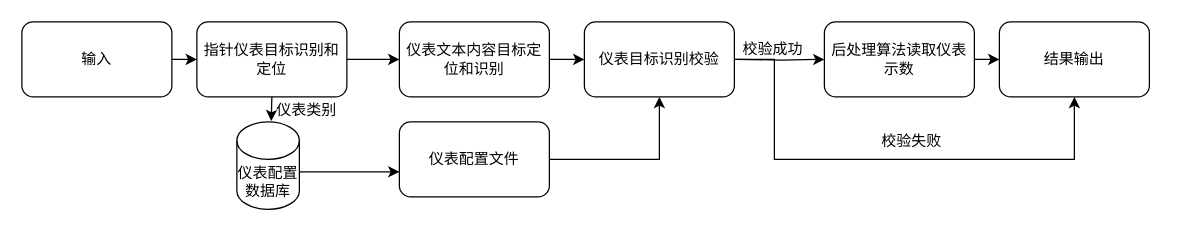
Before: pointer_read.drawio in paleblackless/diagrams, a draw.io diagram. Source tidied: cells renumbered, new cells numbered last; positions are measured from the earlier drawing's top-left corner, leaving out a move shared by most shapes. Both pictures are drawn from the tidied source at 125%, with x=0, y=0 at pixel (21, 21).
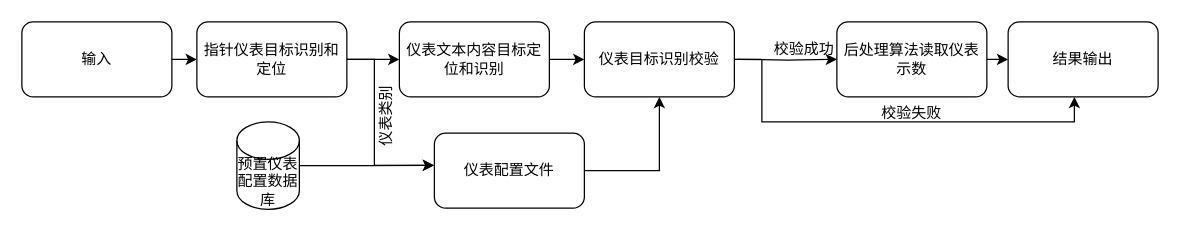
Above is the later version.

Unchanged cells that the change refers to:
```xml
<mxCell id="6" value="指针仪表目标识别和定位" style="rounded=1;whiteSpace=wrap;html=1;" parent="1" vertex="1">
  <mxGeometry x="140" width="120" height="60" as="geometry" />
</mxCell>
<mxCell id="8" value="仪表文本内容目标定位和识别" style="rounded=1;whiteSpace=wrap;html=1;" parent="1" vertex="1">
  <mxGeometry x="302" width="120" height="60" as="geometry" />
</mxCell>
<mxCell id="13" value="仪表目标识别校验" style="rounded=1;whiteSpace=wrap;html=1;" parent="1" vertex="1">
  <mxGeometry x="450" width="120" height="60" as="geometry" />
</mxCell>
```

Diff of the diagram source:
```diff
@@
-    <mxCell id="4" style="edgeStyle=orthogonalEdgeStyle;rounded=0;jettySize=auto;html=1;exitX=1;exitY=0.5;exitDx=0;exitDy=0;entryX=0;entryY=0.5;entryDx=0;entryDy=0;" parent="1" edge="1" source="6" target="8">
+    <mxCell id="4" style="endArrow=classic;html=1;fontFamily=Helvetica;fontSize=11;fontColor=rgb(0, 0, 0);align=center;strokeColor=rgb(0, 0, 0);edgeStyle=orthogonalEdgeStyle;" parent="1" edge="1" source="6" target="8">
       <mxGeometry relative="1" as="geometry" />
     </mxCell>
-    <mxCell id="5" style="edgeStyle=orthogonalEdgeStyle;rounded=0;jettySize=auto;html=1;exitX=0.5;exitY=1;exitDx=0;exitDy=0;entryX=0.55;entryY=-0.009;entryDx=0;entryDy=0;entryPerimeter=0;" parent="1" edge="1" source="6" target="19">
-      <mxGeometry relative="1" as="geometry" />
-    </mxCell>
+    <mxCell id="22" style="edgeStyle=orthogonalEdgeStyle;rounded=0;orthogonalLoop=1;jettySize=auto;html=1;exitX=1;exitY=0.5;exitDx=0;exitDy=0;entryX=0.006;entryY=0.43;entryDx=0;entryDy=0;entryPerimeter=0;" parent="1" edge="1">
+      <mxGeometry relative="1" as="geometry">
+        <mxPoint x="259" y="30" as="sourcePoint" />
+        <mxPoint x="329.7" y="114.8" as="targetPoint" />
+        <Array as="points">
+          <mxPoint x="282" y="30" />
+          <mxPoint x="282" y="115" />
+        </Array>
+      </mxGeometry>
+    </mxCell>
@@
     <mxCell id="10" value="仪表配置文件" style="rounded=1;whiteSpace=wrap;html=1;" parent="1" vertex="1">
-      <mxGeometry x="302" y="80" width="120" height="60" as="geometry" />
+      <mxGeometry x="330" y="89" width="120" height="60" as="geometry" />
     </mxCell>
@@
-    <mxCell id="12" style="edgeStyle=orthogonalEdgeStyle;rounded=0;jettySize=auto;html=1;exitX=1;exitY=0.5;exitDx=0;exitDy=0;" parent="1" edge="1" source="13" target="17">
+    <mxCell id="12" style="edgeStyle=orthogonalEdgeStyle;rounded=0;orthogonalLoop=1;jettySize=auto;html=1;exitX=1;exitY=0.5;exitDx=0;exitDy=0;" parent="1" edge="1">
       <mxGeometry relative="1" as="geometry">
+        <mxPoint x="570" y="30" as="sourcePoint" />
+        <mxPoint x="842" y="60" as="targetPoint" />
         <Array as="points">
-          <mxPoint x="602" y="30" />
-          <mxPoint x="602" y="110" />
-          <mxPoint x="842" y="110" />
+          <mxPoint x="592" y="30" />
+          <mxPoint x="592" y="80" />
+          <mxPoint x="842" y="80" />
         </Array>
       </mxGeometry>
     </mxCell>
@@
     <mxCell id="15" value="后处理算法读取仪表示数" style="rounded=1;whiteSpace=wrap;html=1;" parent="1" vertex="1">
-      <mxGeometry x="642" width="120" height="60" as="geometry" />
+      <mxGeometry x="652" width="120" height="60" as="geometry" />
     </mxCell>
     <mxCell id="16" value="校验成功" style="text;html=1;strokeColor=none;fillColor=none;align=center;verticalAlign=middle;whiteSpace=wrap;rounded=0;" parent="1" vertex="1">
-      <mxGeometry x="571" y="17" width="60" height="10" as="geometry" />
+      <mxGeometry x="596" y="17" width="60" height="10" as="geometry" />
     </mxCell>
     <mxCell id="17" value="结果输出" style="rounded=1;whiteSpace=wrap;html=1;" parent="1" vertex="1">
-      <mxGeometry x="782" width="120" height="60" as="geometry" />
+      <mxGeometry x="789" width="120" height="60" as="geometry" />
     </mxCell>
-    <mxCell id="18" style="edgeStyle=orthogonalEdgeStyle;rounded=0;jettySize=auto;html=1;exitX=1;exitY=0.5;exitDx=0;exitDy=0;exitPerimeter=0;entryX=0;entryY=0.666;entryDx=0;entryDy=0;entryPerimeter=0;" parent="1" edge="1" source="19" target="10">
-      <mxGeometry relative="1" as="geometry">
-        <Array as="points">
-          <mxPoint x="212" y="120" />
-        </Array>
-      </mxGeometry>
+    <mxCell id="18" style="edgeStyle=orthogonalEdgeStyle;rounded=0;jettySize=auto;html=1;exitX=1;exitY=0.5;exitDx=0;exitDy=0;exitPerimeter=0;entryX=-0.002;entryY=0.428;entryDx=0;entryDy=0;entryPerimeter=0;" parent="1" edge="1" source="19" target="10">
+      <mxGeometry relative="1" as="geometry" />
     </mxCell>
-    <mxCell id="19" value="仪表配置数据库" style="shape=cylinder3;whiteSpace=wrap;html=1;boundedLbl=1;backgroundOutline=1;size=15;" parent="1" vertex="1">
+    <mxCell id="19" value="预置仪表配置数据库" style="shape=cylinder3;whiteSpace=wrap;html=1;boundedLbl=1;backgroundOutline=1;size=15;" parent="1" vertex="1">
       <mxGeometry x="172" y="80" width="50" height="70" as="geometry" />
     </mxCell>
     <mxCell id="20" value="校验失败" style="text;html=1;strokeColor=none;fillColor=none;align=center;verticalAlign=middle;whiteSpace=wrap;rounded=0;" parent="1" vertex="1">
-      <mxGeometry x="682" y="91" width="60" height="10" as="geometry" />
+      <mxGeometry x="682" y="68" width="60" height="10" as="geometry" />
     </mxCell>
-    <mxCell id="21" value="仪表类别" style="text;html=1;strokeColor=none;fillColor=none;align=center;verticalAlign=middle;whiteSpace=wrap;rounded=0;" parent="1" vertex="1">
-      <mxGeometry x="203" y="61" width="50" height="19" as="geometry" />
+    <mxCell id="21" value="仪表类别" style="text;html=1;strokeColor=none;fillColor=none;align=center;verticalAlign=middle;whiteSpace=wrap;rounded=0;rotation=-90;" parent="1" vertex="1">
+      <mxGeometry x="266" y="66" width="50" height="19" as="geometry" />
     </mxCell>
```
